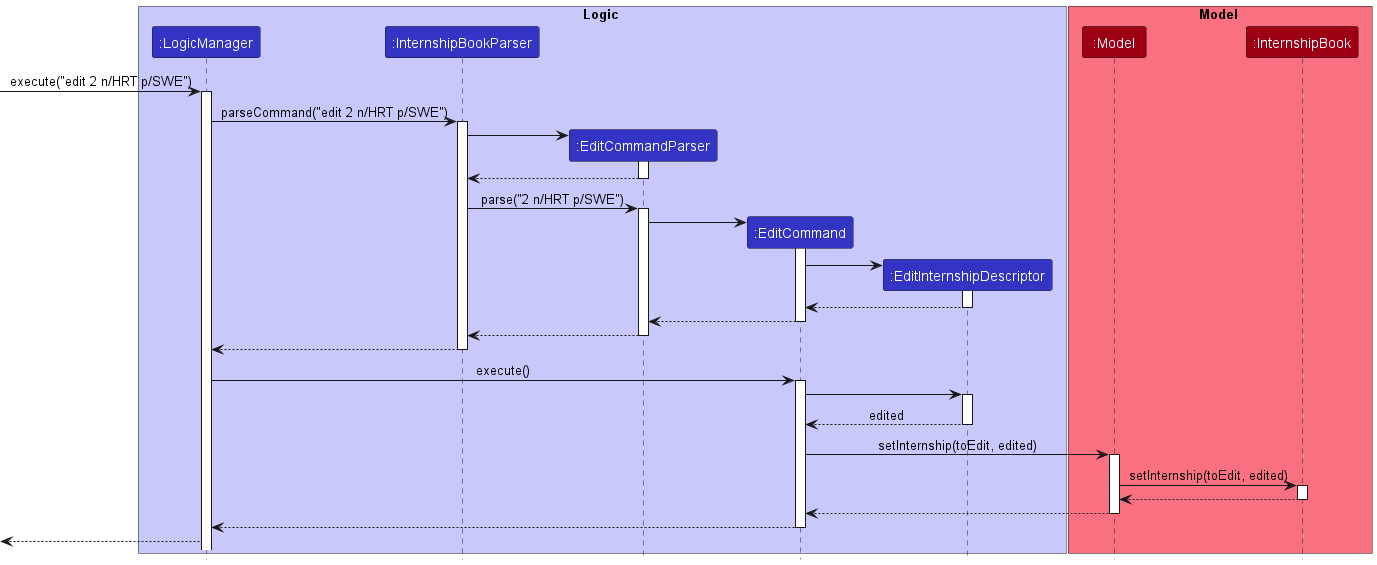
This is docs/images/EditSequenceDiagram.png from nus-cs2103-AY2223S1/tp, a PlantUML export, as it was before one commit. Its diagram source:
```plantuml
@startuml
!include style.puml

box Logic LOGIC_COLOR_T1
participant ":LogicManager" as LogicManager LOGIC_COLOR
participant ":InternshipBookParser" as InternshipBookParser LOGIC_COLOR
participant ":EditCommandParser" as EditCommandParser LOGIC_COLOR
participant ":EditCommand" as EditCommand LOGIC_COLOR
participant ":EditInternshipDescriptor" as Descriptor LOGIC_COLOR
end box

box Model MODEL_COLOR_T1
participant ":Model" as Model MODEL_COLOR
participant ":InternshipBook" as InternshipBook MODEL_COLOR
end box
[-> LogicManager : execute("edit 2 n/HRT p/SWE")
activate LogicManager

LogicManager -> InternshipBookParser : parseCommand("edit 2 n/HRT p/SWE")
activate InternshipBookParser

create EditCommandParser
InternshipBookParser -> EditCommandParser
activate EditCommandParser

EditCommandParser --> InternshipBookParser
deactivate EditCommandParser

InternshipBookParser -> EditCommandParser : parse("2 n/HRT p/SWE")
activate EditCommandParser

create EditCommand
EditCommandParser -> EditCommand
activate EditCommand
create Descriptor
EditCommand -> Descriptor
activate Descriptor
Descriptor --> EditCommand
deactivate Descriptor
EditCommand --> EditCommandParser
deactivate EditCommand

EditCommandParser --> InternshipBookParser
deactivate EditCommandParser

InternshipBookParser --> LogicManager
deactivate InternshipBookParser

LogicManager -> EditCommand : execute()
activate EditCommand

EditCommand -> Descriptor
activate Descriptor
Descriptor --> EditCommand : edited
deactivate Descriptor

EditCommand -> Model : setInternship(toEdit, edited)
activate Model

Model -> InternshipBook : setInternship(toEdit, edited)
activate InternshipBook
InternshipBook --> Model
deactivate InternshipBook

Model --> EditCommand
deactivate Model

EditCommand --> LogicManager
deactivate EditCommand

[<--LogicManager
@enduml
```
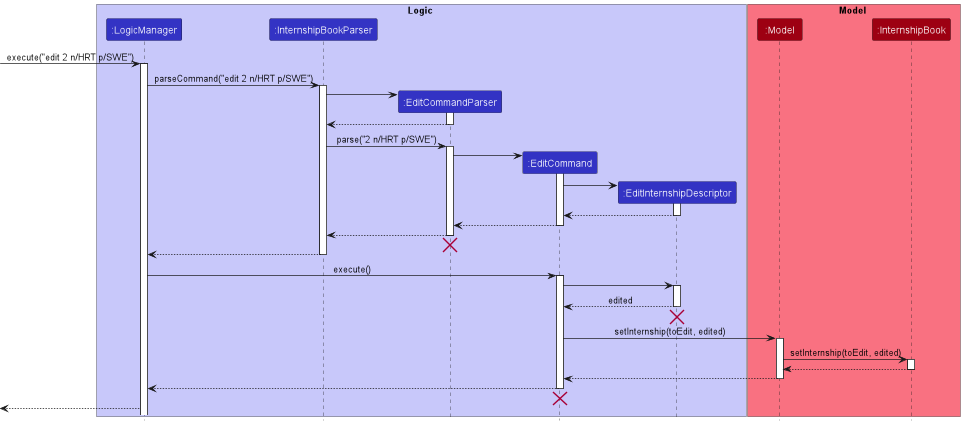
The same diagram one commit later.

Diff of the diagram source:
```diff
@@ -43,6 +43,9 @@
 EditCommandParser --> InternshipBookParser
 deactivate EditCommandParser
 
+EditCommandParser -[hidden]-> InternshipBookParser
+destroy EditCommandParser
+
 InternshipBookParser --> LogicManager
 deactivate InternshipBookParser
 
@@ -53,7 +56,8 @@
 activate Descriptor
 Descriptor --> EditCommand : edited
 deactivate Descriptor
-
+Descriptor -[hidden]-> EditCommand
+destroy Descriptor
 EditCommand -> Model : setInternship(toEdit, edited)
 activate Model
 
@@ -68,5 +72,8 @@
 EditCommand --> LogicManager
 deactivate EditCommand
 
+EditCommand -[hidden]-> LogicManager
+destroy EditCommand
+
 [<--LogicManager
 @enduml
```
